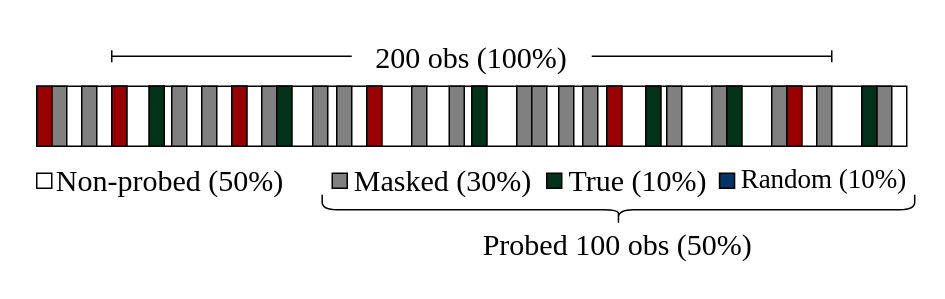
The draw.io diagram presentation/figures/drawio/masking_process.drawio in cridonoso/astromer, before the edit. Source tidied: cells renumbered, new cells numbered last; positions are measured from the earlier drawing's top-left corner, leaving out a move shared by most shapes. Both pictures are drawn from the tidied source at 150%, with x=0, y=0 at pixel (36, -87).
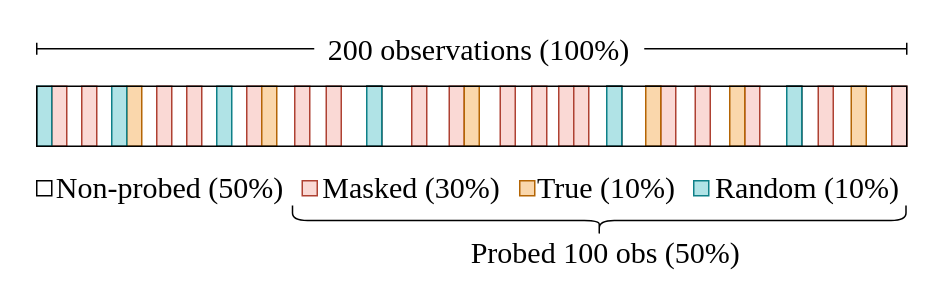
Above is the later version.

The edit, as a diff of the source:
```diff
@@
-    <mxCell id="2" style="rounded=0;whiteSpace=wrap;html=1;fontFamily=Times New Roman;fontSize=18;" parent="1" vertex="1">
-      <mxGeometry y="115" width="580" height="40" as="geometry" />
-    </mxCell>
-    <mxCell id="3" style="endArrow=none;html=1;rounded=0;startArrow=baseDash;startFill=0;fontFamily=Times New Roman;fontSize=20;" parent="1" edge="1">
-      <mxGeometry relative="1" as="geometry">
-        <mxPoint x="50" y="95" as="sourcePoint" />
-        <mxPoint x="210" y="95" as="targetPoint" />
-      </mxGeometry>
-    </mxCell>
-    <mxCell id="4" style="endArrow=baseDash;html=1;rounded=0;endFill=0;fontFamily=Times New Roman;fontSize=20;" parent="1" edge="1">
-      <mxGeometry relative="1" as="geometry">
-        <mxPoint x="370" y="95" as="sourcePoint" />
-        <mxPoint x="530" y="95" as="targetPoint" />
-      </mxGeometry>
-    </mxCell>
-    <mxCell id="5" value="200 obs (100%)" style="text;html=1;align=center;verticalAlign=middle;whiteSpace=wrap;rounded=0;fontSize=20;fontFamily=Times New Roman;" parent="1" vertex="1">
-      <mxGeometry x="210" y="80" width="160" height="30" as="geometry" />
-    </mxCell>
-    <mxCell id="6" style="rounded=0;whiteSpace=wrap;html=1;fillColor=#808080;fontFamily=Times New Roman;fontSize=20;" parent="1" vertex="1">
-      <mxGeometry x="50" y="115" width="10" height="40" as="geometry" />
-    </mxCell>
-    <mxCell id="7" style="rounded=0;whiteSpace=wrap;html=1;fillColor=#808080;fontFamily=Times New Roman;fontSize=20;" parent="1" vertex="1">
-      <mxGeometry x="90" y="115" width="10" height="40" as="geometry" />
+    <mxCell id="7" style="rounded=0;whiteSpace=wrap;html=1;fillColor=#fad9d5;fontFamily=Times New Roman;fontSize=20;strokeColor=#ae4132;" parent="1" vertex="1">
+      <mxGeometry x="80" y="115" width="10" height="40" as="geometry" />
     </mxCell>
-    <mxCell id="8" style="rounded=0;whiteSpace=wrap;html=1;fillColor=#808080;fontFamily=Times New Roman;fontSize=20;" parent="1" vertex="1">
-      <mxGeometry x="110" y="115" width="10" height="40" as="geometry" />
+    <mxCell id="8" style="rounded=0;whiteSpace=wrap;html=1;fillColor=#fad9d5;fontFamily=Times New Roman;fontSize=20;strokeColor=#ae4132;" parent="1" vertex="1">
+      <mxGeometry x="100" y="115" width="10" height="40" as="geometry" />
     </mxCell>
-    <mxCell id="9" style="rounded=0;whiteSpace=wrap;html=1;fillColor=#808080;fontFamily=Times New Roman;fontSize=20;" parent="1" vertex="1">
-      <mxGeometry x="184" y="115" width="10" height="40" as="geometry" />
+    <mxCell id="9" style="rounded=0;whiteSpace=wrap;html=1;fillColor=#fad9d5;fontFamily=Times New Roman;fontSize=20;strokeColor=#ae4132;" parent="1" vertex="1">
+      <mxGeometry x="172" y="115" width="10" height="40" as="geometry" />
     </mxCell>
-    <mxCell id="10" style="rounded=0;whiteSpace=wrap;html=1;fillColor=#808080;fontFamily=Times New Roman;fontSize=20;" parent="1" vertex="1">
-      <mxGeometry x="130" y="115" width="10" height="40" as="geometry" />
-    </mxCell>
-    <mxCell id="11" style="rounded=0;whiteSpace=wrap;html=1;fillColor=#808080;fontFamily=Times New Roman;fontSize=20;" parent="1" vertex="1">
-      <mxGeometry x="75" y="115" width="10" height="40" as="geometry" />
-    </mxCell>
-    <mxCell id="12" style="rounded=0;whiteSpace=wrap;html=1;fillColor=#808080;fontFamily=Times New Roman;fontSize=20;" parent="1" vertex="1">
-      <mxGeometry x="150" y="115" width="10" height="40" as="geometry" />
+    <mxCell id="12" style="rounded=0;whiteSpace=wrap;html=1;fillColor=#fad9d5;fontFamily=Times New Roman;fontSize=20;strokeColor=#ae4132;" parent="1" vertex="1">
+      <mxGeometry x="140" y="115" width="10" height="40" as="geometry" />
     </mxCell>
@@
-    <mxCell id="14" style="rounded=0;whiteSpace=wrap;html=1;fillColor=#808080;fontFamily=Times New Roman;fontSize=20;" parent="1" vertex="1">
-      <mxGeometry x="490" y="115" width="10" height="40" as="geometry" />
+    <mxCell id="14" style="rounded=0;whiteSpace=wrap;html=1;fillColor=#fad9d5;fontFamily=Times New Roman;fontSize=20;strokeColor=#ae4132;" parent="1" vertex="1">
+      <mxGeometry x="472" y="115" width="10" height="40" as="geometry" />
     </mxCell>
@@
-    <mxCell id="16" style="rounded=0;whiteSpace=wrap;html=1;fillColor=#808080;fontFamily=Times New Roman;fontSize=20;" parent="1" vertex="1">
-      <mxGeometry x="200" y="115" width="10" height="40" as="geometry" />
+    <mxCell id="16" style="rounded=0;whiteSpace=wrap;html=1;fillColor=#fad9d5;fontFamily=Times New Roman;fontSize=20;strokeColor=#ae4132;" parent="1" vertex="1">
+      <mxGeometry x="193" y="115" width="10" height="40" as="geometry" />
     </mxCell>
-    <mxCell id="17" style="rounded=0;whiteSpace=wrap;html=1;fillColor=#808080;fontFamily=Times New Roman;fontSize=20;" parent="1" vertex="1">
-      <mxGeometry x="160" y="115" width="10" height="40" as="geometry" />
-    </mxCell>
-    <mxCell id="18" style="rounded=0;whiteSpace=wrap;html=1;fillColor=#808080;fontFamily=Times New Roman;fontSize=20;" parent="1" vertex="1">
+    <mxCell id="18" style="rounded=0;whiteSpace=wrap;html=1;fillColor=#fad9d5;fontFamily=Times New Roman;fontSize=20;strokeColor=#ae4132;" parent="1" vertex="1">
       <mxGeometry x="348" y="115" width="10" height="40" as="geometry" />
     </mxCell>
-    <mxCell id="19" style="rounded=0;whiteSpace=wrap;html=1;fillColor=#808080;fontFamily=Times New Roman;fontSize=20;" parent="1" vertex="1">
-      <mxGeometry x="290" y="115" width="10" height="40" as="geometry" />
-    </mxCell>
-    <mxCell id="20" style="rounded=0;whiteSpace=wrap;html=1;fillColor=#808080;fontFamily=Times New Roman;fontSize=20;" parent="1" vertex="1">
+    <mxCell id="20" style="rounded=0;whiteSpace=wrap;html=1;fillColor=#fad9d5;fontFamily=Times New Roman;fontSize=20;strokeColor=#ae4132;" parent="1" vertex="1">
       <mxGeometry x="275" y="115" width="10" height="40" as="geometry" />
     </mxCell>
-    <mxCell id="21" style="rounded=0;whiteSpace=wrap;html=1;fillColor=#808080;fontFamily=Times New Roman;fontSize=20;" parent="1" vertex="1">
-      <mxGeometry x="320" y="115" width="10" height="40" as="geometry" />
+    <mxCell id="21" style="rounded=0;whiteSpace=wrap;html=1;fillColor=#fad9d5;fontFamily=Times New Roman;fontSize=20;strokeColor=#ae4132;" parent="1" vertex="1">
+      <mxGeometry x="309" y="115" width="10" height="40" as="geometry" />
     </mxCell>
-    <mxCell id="22" style="rounded=0;whiteSpace=wrap;html=1;fillColor=#808080;fontFamily=Times New Roman;fontSize=20;" parent="1" vertex="1">
+    <mxCell id="22" style="rounded=0;whiteSpace=wrap;html=1;fillColor=#fad9d5;fontFamily=Times New Roman;fontSize=20;strokeColor=#ae4132;" parent="1" vertex="1">
       <mxGeometry x="330" y="115" width="10" height="40" as="geometry" />
     </mxCell>
-    <mxCell id="23" style="rounded=0;whiteSpace=wrap;html=1;fillColor=#808080;fontFamily=Times New Roman;fontSize=20;" parent="1" vertex="1">
+    <mxCell id="23" style="rounded=0;whiteSpace=wrap;html=1;fillColor=#fad9d5;fontFamily=Times New Roman;fontSize=20;strokeColor=#ae4132;" parent="1" vertex="1">
       <mxGeometry x="250" y="115" width="10" height="40" as="geometry" />
     </mxCell>
-    <mxCell id="24" style="rounded=0;whiteSpace=wrap;html=1;fillColor=#808080;fontFamily=Times New Roman;fontSize=20;" parent="1" vertex="1">
-      <mxGeometry x="364" y="115" width="10" height="40" as="geometry" />
+    <mxCell id="24" style="rounded=0;whiteSpace=wrap;html=1;fillColor=#fad9d5;fontFamily=Times New Roman;fontSize=20;strokeColor=#ae4132;" parent="1" vertex="1">
+      <mxGeometry x="358" y="115" width="10" height="40" as="geometry" />
     </mxCell>
-    <mxCell id="25" style="rounded=0;whiteSpace=wrap;html=1;fillColor=#808080;fontFamily=Times New Roman;fontSize=20;" parent="1" vertex="1">
-      <mxGeometry x="420" y="115" width="10" height="40" as="geometry" />
+    <mxCell id="25" style="rounded=0;whiteSpace=wrap;html=1;fillColor=#fad9d5;fontFamily=Times New Roman;fontSize=20;strokeColor=#ae4132;" parent="1" vertex="1">
+      <mxGeometry x="416" y="115" width="10" height="40" as="geometry" />
     </mxCell>
-    <mxCell id="26" style="rounded=0;whiteSpace=wrap;html=1;fillColor=#808080;fontFamily=Times New Roman;fontSize=20;" parent="1" vertex="1">
-      <mxGeometry x="450" y="115" width="10" height="40" as="geometry" />
+    <mxCell id="26" style="rounded=0;whiteSpace=wrap;html=1;fillColor=#fad9d5;fontFamily=Times New Roman;fontSize=20;strokeColor=#ae4132;" parent="1" vertex="1">
+      <mxGeometry x="439" y="115" width="10" height="40" as="geometry" />
     </mxCell>
-    <mxCell id="27" style="rounded=0;whiteSpace=wrap;html=1;fillColor=#808080;fontFamily=Times New Roman;fontSize=20;" parent="1" vertex="1">
-      <mxGeometry x="460" y="115" width="10" height="40" as="geometry" />
-    </mxCell>
@@
-    <mxCell id="30" style="rounded=0;whiteSpace=wrap;html=1;fillColor=#00331A;fontFamily=Times New Roman;fontSize=20;" parent="1" vertex="1">
-      <mxGeometry x="460" y="115" width="10" height="40" as="geometry" />
+    <mxCell id="30" style="rounded=0;whiteSpace=wrap;html=1;fillColor=#fad7ac;fontFamily=Times New Roman;fontSize=20;strokeColor=#b46504;" parent="1" vertex="1">
+      <mxGeometry x="462" y="115" width="10" height="40" as="geometry" />
     </mxCell>
-    <mxCell id="31" style="rounded=0;whiteSpace=wrap;html=1;fillColor=#00331A;fontFamily=Times New Roman;fontSize=20;" parent="1" vertex="1">
-      <mxGeometry x="75" y="115" width="10" height="40" as="geometry" />
+    <mxCell id="31" style="rounded=0;whiteSpace=wrap;html=1;fillColor=#fad7ac;fontFamily=Times New Roman;fontSize=20;strokeColor=#b46504;" parent="1" vertex="1">
+      <mxGeometry x="60" y="115" width="10" height="40" as="geometry" />
     </mxCell>
-    <mxCell id="32" style="rounded=0;whiteSpace=wrap;html=1;fillColor=#00331A;fontFamily=Times New Roman;fontSize=20;" parent="1" vertex="1">
-      <mxGeometry x="160" y="115" width="10" height="40" as="geometry" />
+    <mxCell id="32" style="rounded=0;whiteSpace=wrap;html=1;fillColor=#fad7ac;fontFamily=Times New Roman;fontSize=20;strokeColor=#b46504;" parent="1" vertex="1">
+      <mxGeometry x="150" y="115" width="10" height="40" as="geometry" />
     </mxCell>
-    <mxCell id="33" style="rounded=0;whiteSpace=wrap;html=1;fillColor=#00331A;fontFamily=Times New Roman;fontSize=20;" parent="1" vertex="1">
+    <mxCell id="33" style="rounded=0;whiteSpace=wrap;html=1;fillColor=#fad7ac;fontFamily=Times New Roman;fontSize=20;strokeColor=#b46504;" parent="1" vertex="1">
       <mxGeometry x="406" y="115" width="10" height="40" as="geometry" />
     </mxCell>
-    <mxCell id="34" style="rounded=0;whiteSpace=wrap;html=1;fillColor=#00331A;fontFamily=Times New Roman;fontSize=20;" parent="1" vertex="1">
-      <mxGeometry x="290" y="115" width="10" height="40" as="geometry" />
+    <mxCell id="34" style="rounded=0;whiteSpace=wrap;html=1;fillColor=#fad7ac;fontFamily=Times New Roman;fontSize=20;strokeColor=#b46504;" parent="1" vertex="1">
+      <mxGeometry x="285" y="115" width="10" height="40" as="geometry" />
     </mxCell>
-    <mxCell id="35" style="rounded=0;whiteSpace=wrap;html=1;fillColor=#990000;fontFamily=Times New Roman;fontSize=20;" parent="1" vertex="1">
+    <mxCell id="35" style="rounded=0;whiteSpace=wrap;html=1;fillColor=#b0e3e6;fontFamily=Times New Roman;fontSize=20;strokeColor=#0e8088;" parent="1" vertex="1">
       <mxGeometry x="220" y="115" width="10" height="40" as="geometry" />
     </mxCell>
-    <mxCell id="36" style="rounded=0;whiteSpace=wrap;html=1;fillColor=#990000;fontFamily=Times New Roman;fontSize=20;" parent="1" vertex="1">
-      <mxGeometry x="130" y="115" width="10" height="40" as="geometry" />
+    <mxCell id="36" style="rounded=0;whiteSpace=wrap;html=1;fillColor=#b0e3e6;fontFamily=Times New Roman;fontSize=20;strokeColor=#0e8088;" parent="1" vertex="1">
+      <mxGeometry x="120" y="115" width="10" height="40" as="geometry" />
     </mxCell>
-    <mxCell id="37" style="rounded=0;whiteSpace=wrap;html=1;fillColor=#990000;fontFamily=Times New Roman;fontSize=20;" parent="1" vertex="1">
+    <mxCell id="37" style="rounded=0;whiteSpace=wrap;html=1;fillColor=#b0e3e6;fontFamily=Times New Roman;fontSize=20;strokeColor=#0e8088;" parent="1" vertex="1">
       <mxGeometry x="50" y="115" width="10" height="40" as="geometry" />
     </mxCell>
-    <mxCell id="38" style="rounded=0;whiteSpace=wrap;html=1;fillColor=#990000;fontFamily=Times New Roman;fontSize=20;" parent="1" vertex="1">
+    <mxCell id="38" style="rounded=0;whiteSpace=wrap;html=1;fillColor=#b0e3e6;fontFamily=Times New Roman;fontSize=20;strokeColor=#0e8088;" parent="1" vertex="1">
       <mxGeometry x="500" y="115" width="10" height="40" as="geometry" />
     </mxCell>
-    <mxCell id="39" style="rounded=0;whiteSpace=wrap;html=1;fillColor=#990000;fontFamily=Times New Roman;fontSize=20;" parent="1" vertex="1">
+    <mxCell id="39" style="rounded=0;whiteSpace=wrap;html=1;fillColor=#b0e3e6;fontFamily=Times New Roman;fontSize=20;strokeColor=#0e8088;" parent="1" vertex="1">
       <mxGeometry x="380" y="115" width="10" height="40" as="geometry" />
     </mxCell>
     <mxCell id="40" style="rounded=0;whiteSpace=wrap;html=1;fontFamily=Times New Roman;fontSize=20;" parent="1" vertex="1">
-      <mxGeometry y="173" width="10" height="10" as="geometry" />
+      <mxGeometry y="178" width="10" height="10" as="geometry" />
     </mxCell>
     <mxCell id="41" value="Non-probed (50%)" style="text;html=1;align=center;verticalAlign=middle;whiteSpace=wrap;rounded=0;fontSize=20;fontFamily=Times New Roman;" parent="1" vertex="1">
-      <mxGeometry x="10" y="162" width="158" height="30" as="geometry" />
+      <mxGeometry x="10" y="167" width="158" height="30" as="geometry" />
     </mxCell>
     <mxCell id="42" value="Masked (30%)" style="text;html=1;align=center;verticalAlign=middle;whiteSpace=wrap;rounded=0;fontSize=20;fontFamily=Times New Roman;" parent="1" vertex="1">
-      <mxGeometry x="210" y="162" width="122" height="30" as="geometry" />
+      <mxGeometry x="189" y="167" width="122" height="30" as="geometry" />
     </mxCell>
-    <mxCell id="43" style="rounded=0;whiteSpace=wrap;html=1;fillColor=#808080;fontFamily=Times New Roman;fontSize=20;" parent="1" vertex="1">
-      <mxGeometry x="197" y="173" width="10" height="10" as="geometry" />
+    <mxCell id="43" style="rounded=0;whiteSpace=wrap;html=1;fillColor=#fad9d5;fontFamily=Times New Roman;fontSize=20;strokeColor=#ae4132;" parent="1" vertex="1">
+      <mxGeometry x="177" y="178" width="10" height="10" as="geometry" />
     </mxCell>
-    <mxCell id="44" style="rounded=0;whiteSpace=wrap;html=1;fillColor=#00331A;fontFamily=Times New Roman;fontSize=20;" parent="1" vertex="1">
-      <mxGeometry x="340" y="173" width="10" height="10" as="geometry" />
+    <mxCell id="44" style="rounded=0;whiteSpace=wrap;html=1;fillColor=#fad7ac;fontFamily=Times New Roman;fontSize=20;strokeColor=#b46504;" parent="1" vertex="1">
+      <mxGeometry x="322" y="178" width="10" height="10" as="geometry" />
     </mxCell>
     <mxCell id="45" value="True (10%)" style="text;html=1;align=center;verticalAlign=middle;whiteSpace=wrap;rounded=0;fontSize=20;fontFamily=Times New Roman;" parent="1" vertex="1">
-      <mxGeometry x="353" y="162" width="96" height="30" as="geometry" />
+      <mxGeometry x="332" y="167" width="96" height="30" as="geometry" />
     </mxCell>
-    <mxCell id="46" value="Random (10%)" style="text;html=1;align=center;verticalAlign=middle;whiteSpace=wrap;rounded=0;fontSize=18;fontFamily=Times New Roman;" parent="1" vertex="1">
-      <mxGeometry x="467" y="162" width="116" height="30" as="geometry" />
+    <mxCell id="46" value="Random (10%)" style="text;html=1;align=center;verticalAlign=middle;whiteSpace=wrap;rounded=0;fontSize=20;fontFamily=Times New Roman;" parent="1" vertex="1">
+      <mxGeometry x="448" y="167" width="132" height="30" as="geometry" />
     </mxCell>
-    <mxCell id="47" style="rounded=0;whiteSpace=wrap;html=1;fillColor=#003366;fontFamily=Times New Roman;fontSize=20;" parent="1" vertex="1">
-      <mxGeometry x="455.2" y="173" width="10" height="10" as="geometry" />
+    <mxCell id="47" style="rounded=0;whiteSpace=wrap;html=1;fillColor=#b0e3e6;fontFamily=Times New Roman;fontSize=20;strokeColor=#0e8088;" parent="1" vertex="1">
+      <mxGeometry x="438" y="178" width="10" height="10" as="geometry" />
     </mxCell>
-    <mxCell id="48" style="shape=curlyBracket;whiteSpace=wrap;html=1;rounded=1;flipH=1;labelPosition=right;verticalLabelPosition=middle;align=left;verticalAlign=middle;rotation=90;fontFamily=Times New Roman;fontSize=18;" parent="1" vertex="1">
-      <mxGeometry x="377.8" y="-0.2" width="20" height="395" as="geometry" />
+    <mxCell id="48" style="shape=curlyBracket;whiteSpace=wrap;html=1;rounded=1;flipH=1;labelPosition=right;verticalLabelPosition=middle;align=left;verticalAlign=middle;rotation=90;fontFamily=Times New Roman;fontSize=20;" parent="1" vertex="1">
+      <mxGeometry x="365" width="20" height="409" as="geometry" />
     </mxCell>
     <mxCell id="49" value="Probed 100 obs (50%)" style="text;html=1;align=center;verticalAlign=middle;whiteSpace=wrap;rounded=0;fontSize=20;fontFamily=Times New Roman;" parent="1" vertex="1">
-      <mxGeometry x="287.1" y="205" width="201.2" height="30" as="geometry" />
+      <mxGeometry x="279.4" y="210" width="201.2" height="30" as="geometry" />
     </mxCell>
-    <mxCell id="50" style="rounded=0;whiteSpace=wrap;html=1;fillColor=#808080;fontFamily=Times New Roman;fontSize=20;" parent="1" vertex="1">
+    <mxCell id="50" style="rounded=0;whiteSpace=wrap;html=1;fillColor=#fad9d5;fontFamily=Times New Roman;fontSize=20;strokeColor=#ae4132;" parent="1" vertex="1">
       <mxGeometry x="10" y="115" width="10" height="40" as="geometry" />
     </mxCell>
-    <mxCell id="51" style="rounded=0;whiteSpace=wrap;html=1;fillColor=#808080;fontFamily=Times New Roman;fontSize=20;" parent="1" vertex="1">
+    <mxCell id="51" style="rounded=0;whiteSpace=wrap;html=1;fillColor=#fad9d5;fontFamily=Times New Roman;fontSize=20;strokeColor=#ae4132;" parent="1" vertex="1">
       <mxGeometry x="30" y="115" width="10" height="40" as="geometry" />
     </mxCell>
-    <mxCell id="52" style="rounded=0;whiteSpace=wrap;html=1;fillColor=#808080;fontFamily=Times New Roman;fontSize=20;" parent="1" vertex="1">
-      <mxGeometry x="560" y="115" width="10" height="40" as="geometry" />
+    <mxCell id="52" style="rounded=0;whiteSpace=wrap;html=1;fillColor=#fad9d5;fontFamily=Times New Roman;fontSize=20;strokeColor=#ae4132;fillStyle=auto;" parent="1" vertex="1">
+      <mxGeometry x="570" y="115" width="10" height="40" as="geometry" />
     </mxCell>
-    <mxCell id="53" style="rounded=0;whiteSpace=wrap;html=1;fillColor=#808080;fontFamily=Times New Roman;fontSize=20;" parent="1" vertex="1">
-      <mxGeometry x="520" y="115" width="10" height="40" as="geometry" />
+    <mxCell id="53" style="rounded=0;whiteSpace=wrap;html=1;fillColor=#fad9d5;fontFamily=Times New Roman;fontSize=20;strokeColor=#ae4132;glass=0;shadow=0;" parent="1" vertex="1">
+      <mxGeometry x="521" y="115" width="10" height="40" as="geometry" />
     </mxCell>
-    <mxCell id="54" style="rounded=0;whiteSpace=wrap;html=1;fillColor=#00331A;fontFamily=Times New Roman;fontSize=20;" parent="1" vertex="1">
-      <mxGeometry x="550" y="115" width="10" height="40" as="geometry" />
+    <mxCell id="54" style="rounded=0;whiteSpace=wrap;html=1;fillColor=#fad7ac;fontFamily=Times New Roman;fontSize=20;strokeColor=#b46504;" parent="1" vertex="1">
+      <mxGeometry x="543" y="115" width="10" height="40" as="geometry" />
     </mxCell>
-    <mxCell id="55" style="rounded=0;whiteSpace=wrap;html=1;fillColor=#990000;fontFamily=Times New Roman;fontSize=20;" parent="1" vertex="1">
+    <mxCell id="55" style="rounded=0;whiteSpace=wrap;html=1;fillColor=#b0e3e6;fontFamily=Times New Roman;fontSize=20;strokeColor=#0e8088;" parent="1" vertex="1">
       <mxGeometry y="115" width="10" height="40" as="geometry" />
     </mxCell>
+    <mxCell id="56" style="endArrow=none;html=1;rounded=0;startArrow=baseDash;startFill=0;fontFamily=Times New Roman;fontSize=20;entryX=0;entryY=0.5;entryDx=0;entryDy=0;" parent="1" edge="1" target="58">
+      <mxGeometry relative="1" as="geometry">
+        <mxPoint y="90" as="sourcePoint" />
+      </mxGeometry>
+    </mxCell>
+    <mxCell id="57" style="endArrow=baseDash;html=1;rounded=0;endFill=0;fontFamily=Times New Roman;fontSize=20;exitX=1;exitY=0.5;exitDx=0;exitDy=0;" parent="1" edge="1" source="58">
+      <mxGeometry relative="1" as="geometry">
+        <mxPoint x="580" y="90" as="targetPoint" />
+      </mxGeometry>
+    </mxCell>
+    <mxCell id="58" value="200 observations (100%)" style="text;html=1;align=center;verticalAlign=middle;whiteSpace=wrap;rounded=0;fontSize=20;fontFamily=Times New Roman;" parent="1" vertex="1">
+      <mxGeometry x="185" y="75" width="220" height="30" as="geometry" />
+    </mxCell>
+    <mxCell id="2" style="rounded=0;whiteSpace=wrap;html=1;fontFamily=Times New Roman;fontSize=20;fillColor=none;" parent="1" vertex="1">
+      <mxGeometry y="115" width="580" height="40" as="geometry" />
+    </mxCell>
```
